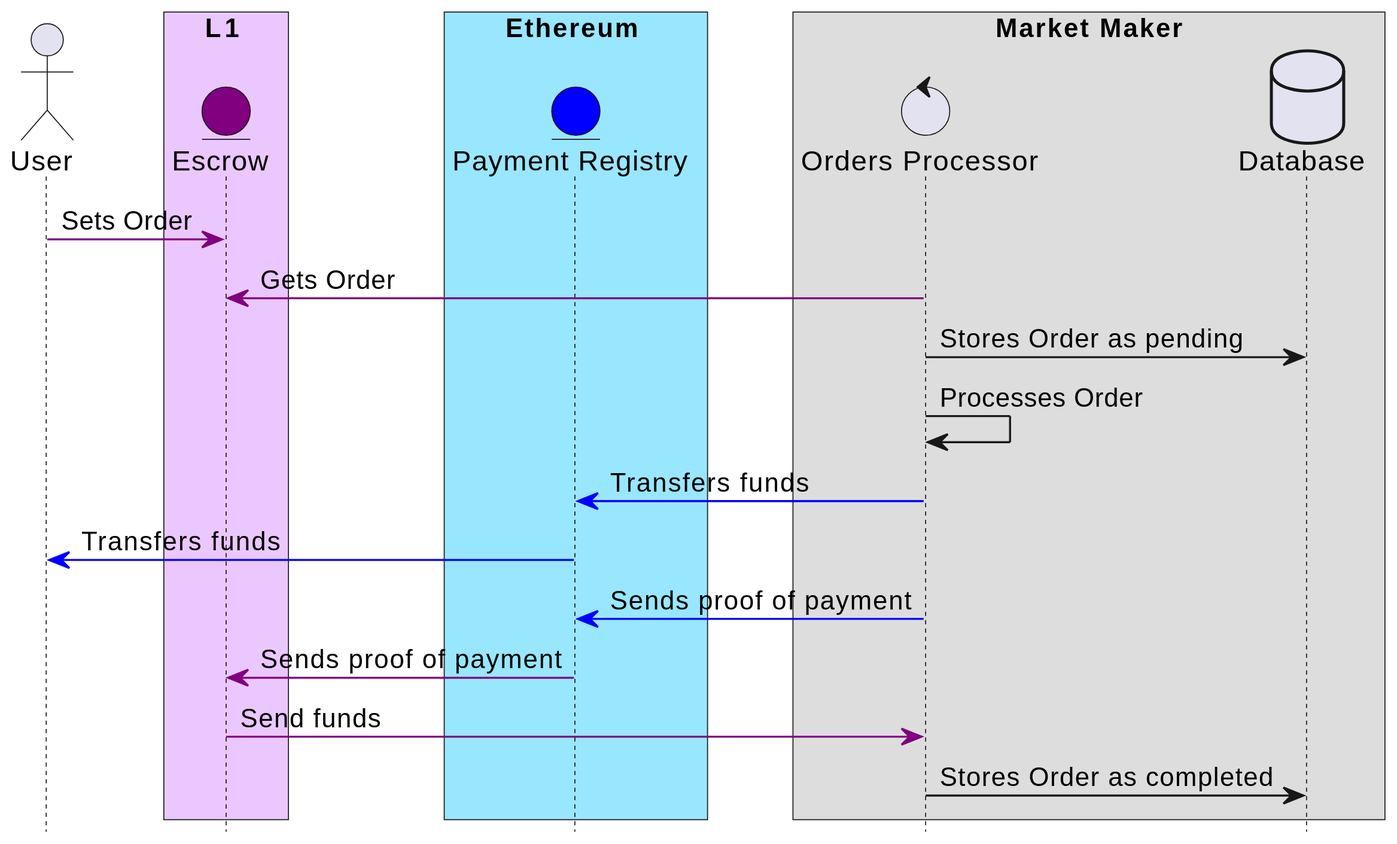
This is docs/mm_bot/images/order_processing.svg from yetanotherco/yet-another-bridge, a PlantUML export, as it was before one commit. The source it was exported from:
```plantuml
@startuml
hide footbox
actor User as U
box L1 #ebc7ff
entity Escrow as E #purple
end box
box Ethereum #99e6ff
entity "Payment Registry" as PR #blue
box "Market Maker"
control "Orders Processor" as OP
database Database
end box

U -[#purple]> E : Sets Order
OP -[#purple]> E : Gets Order
OP -> Database : Stores Order as pending
OP -> OP : Processes Order
OP -[#blue]> PR : Transfers funds
PR -[#blue]> U: Transfers funds
OP -[#blue]> PR : Sends proof of payment
PR -[#purple]> E : Sends proof of payment
E -[#purple]> OP : Send funds
OP -> Database : Stores Order as completed
@enduml
```
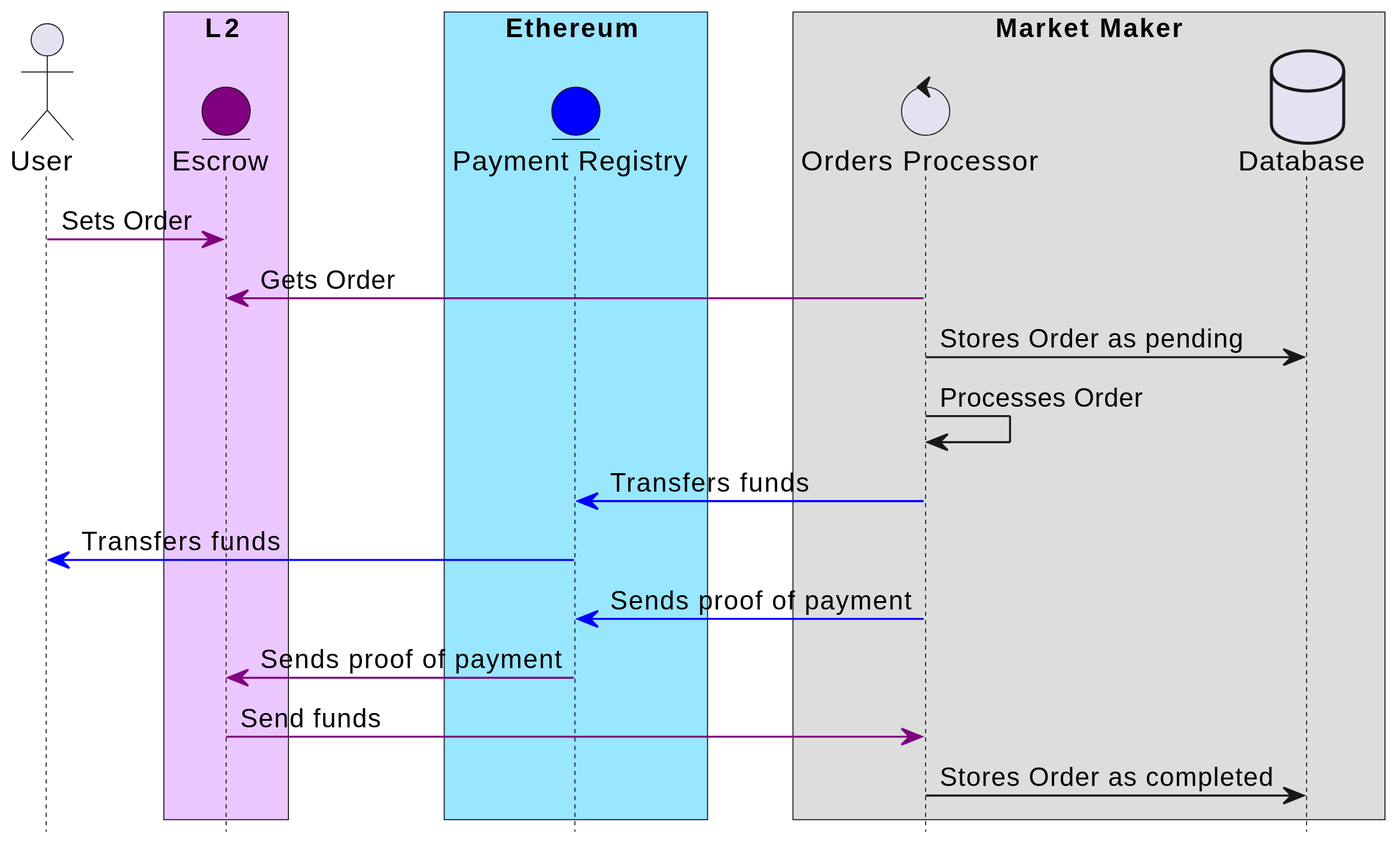
Later version of the same file.

Commit message:
docs(mm-bot): update order_processing.svg from review comments

What changed in the source:
```diff
@@ -1,7 +1,7 @@
 @startuml
 hide footbox
 actor User as U
-box L1 #ebc7ff
+box L2 #ebc7ff
 entity Escrow as E #purple
 end box
 box Ethereum #99e6ff
```
